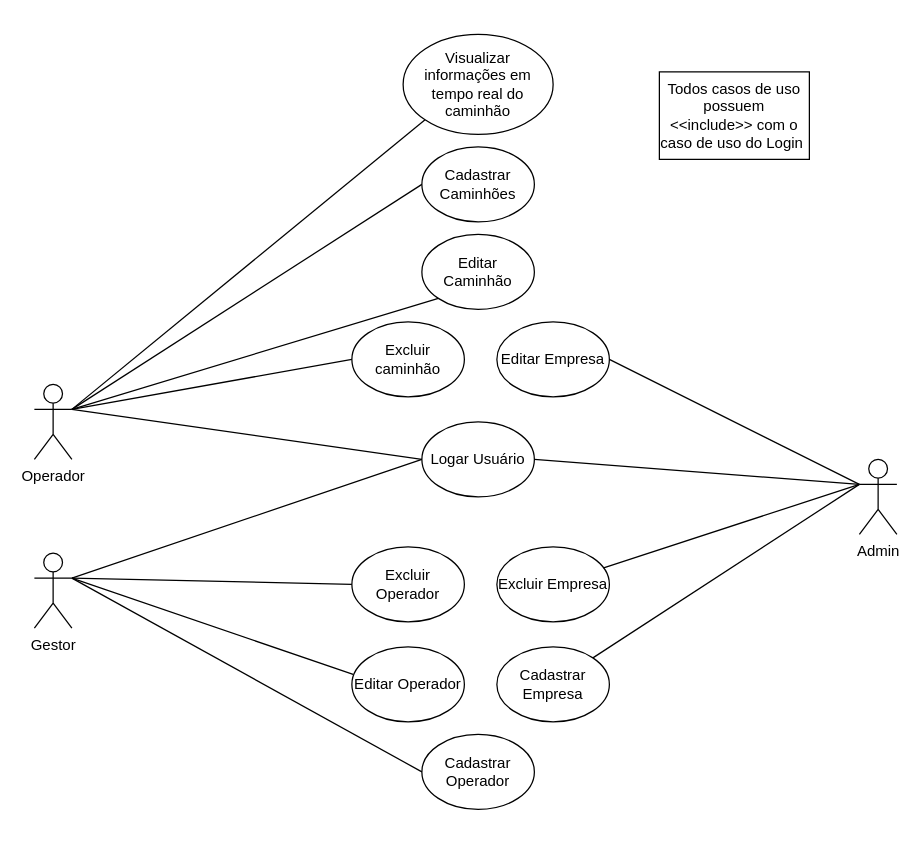
iamseki/mtruck-api keeps this draw.io diagram as page "Diagrama de caso de uso" (1 of 46) of docs/diagrams/MTruck Diagrams.drawio. Above is the earlier version. Source tidied: cells renumbered, new cells numbered last; positions are measured from the earlier drawing's top-left corner, leaving out a move shared by most shapes. Both pictures are drawn from the tidied source at 125%, with x=0, y=0 at pixel (34, 34).
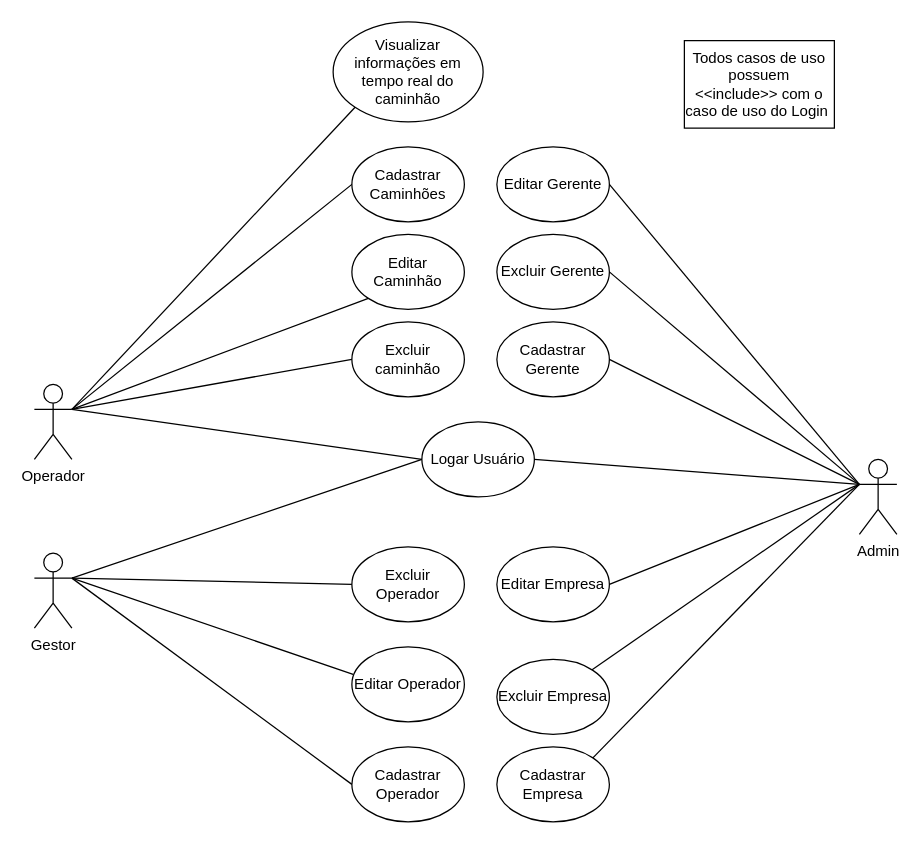
The same diagram, later.

Unchanged cells that the change refers to:
```xml
<mxCell id="15" value="Admin" style="shape=umlActor;verticalLabelPosition=bottom;verticalAlign=top;html=1;" parent="1" vertex="1">
  <mxGeometry x="660" y="340" width="30" height="60" as="geometry" />
</mxCell>
```

Diff of the diagram source:
```diff
@@
     <mxCell id="4" value="Cadastrar Empresa" style="ellipse;whiteSpace=wrap;html=1;" parent="1" vertex="1">
-      <mxGeometry x="370" y="490" width="90" height="60" as="geometry" />
+      <mxGeometry x="370" y="570" width="90" height="60" as="geometry" />
     </mxCell>
     <mxCell id="5" value="Editar Empresa" style="ellipse;whiteSpace=wrap;html=1;" parent="1" vertex="1">
-      <mxGeometry x="370" y="230" width="90" height="60" as="geometry" />
+      <mxGeometry x="370" y="410" width="90" height="60" as="geometry" />
     </mxCell>
     <mxCell id="6" value="Excluir Empresa" style="ellipse;whiteSpace=wrap;html=1;" parent="1" vertex="1">
-      <mxGeometry x="370" y="410" width="90" height="60" as="geometry" />
+      <mxGeometry x="370" y="500" width="90" height="60" as="geometry" />
     </mxCell>
     <mxCell id="7" value="Cadastrar Operador" style="ellipse;whiteSpace=wrap;html=1;" parent="1" vertex="1">
-      <mxGeometry x="310" y="560" width="90" height="60" as="geometry" />
+      <mxGeometry x="254" y="570" width="90" height="60" as="geometry" />
     </mxCell>
@@
     <mxCell id="10" value="Cadastrar Caminhões" style="ellipse;whiteSpace=wrap;html=1;" parent="1" vertex="1">
-      <mxGeometry x="310" y="90" width="90" height="60" as="geometry" />
+      <mxGeometry x="254" y="90" width="90" height="60" as="geometry" />
     </mxCell>
     <mxCell id="11" value="Editar Caminhão" style="ellipse;whiteSpace=wrap;html=1;" parent="1" vertex="1">
-      <mxGeometry x="310" y="160" width="90" height="60" as="geometry" />
+      <mxGeometry x="254" y="160" width="90" height="60" as="geometry" />
     </mxCell>
@@
     <mxCell id="13" value="Visualizar informações em tempo real do caminhão" style="ellipse;whiteSpace=wrap;html=1;" parent="1" vertex="1">
-      <mxGeometry x="295" width="120" height="80" as="geometry" />
+      <mxGeometry x="239" y="-10" width="120" height="80" as="geometry" />
     </mxCell>
@@
     <mxCell id="29" value="Todos casos de uso possuem &amp;lt;&amp;lt;include&amp;gt;&amp;gt; com o caso de uso do Login&amp;nbsp;" style="rounded=0;whiteSpace=wrap;html=1;" parent="1" vertex="1">
-      <mxGeometry x="500" y="30" width="120" height="70" as="geometry" />
+      <mxGeometry x="520" y="5" width="120" height="70" as="geometry" />
     </mxCell>
+    <mxCell id="30" value="Cadastrar Gerente" style="ellipse;whiteSpace=wrap;html=1;" parent="1" vertex="1">
+      <mxGeometry x="370" y="230" width="90" height="60" as="geometry" />
+    </mxCell>
+    <mxCell id="31" value="Editar Gerente" style="ellipse;whiteSpace=wrap;html=1;" parent="1" vertex="1">
+      <mxGeometry x="370" y="90" width="90" height="60" as="geometry" />
+    </mxCell>
+    <mxCell id="32" value="Excluir Gerente" style="ellipse;whiteSpace=wrap;html=1;" parent="1" vertex="1">
+      <mxGeometry x="370" y="160" width="90" height="60" as="geometry" />
+    </mxCell>
+    <mxCell id="33" style="endArrow=none;html=1;exitX=1;exitY=0.5;exitDx=0;exitDy=0;" parent="1" edge="1" source="30">
+      <mxGeometry relative="1" as="geometry">
+        <mxPoint x="660" y="360" as="targetPoint" />
+      </mxGeometry>
+    </mxCell>
+    <mxCell id="34" style="endArrow=none;html=1;exitX=1;exitY=0.5;exitDx=0;exitDy=0;" parent="1" edge="1" source="31">
+      <mxGeometry relative="1" as="geometry">
+        <mxPoint x="660" y="360" as="targetPoint" />
+      </mxGeometry>
+    </mxCell>
+    <mxCell id="35" style="endArrow=none;html=1;entryX=0;entryY=0.3333333333333333;entryDx=0;entryDy=0;entryPerimeter=0;exitX=1;exitY=0.5;exitDx=0;exitDy=0;" parent="1" edge="1" source="32" target="15">
+      <mxGeometry relative="1" as="geometry" />
+    </mxCell>
```
